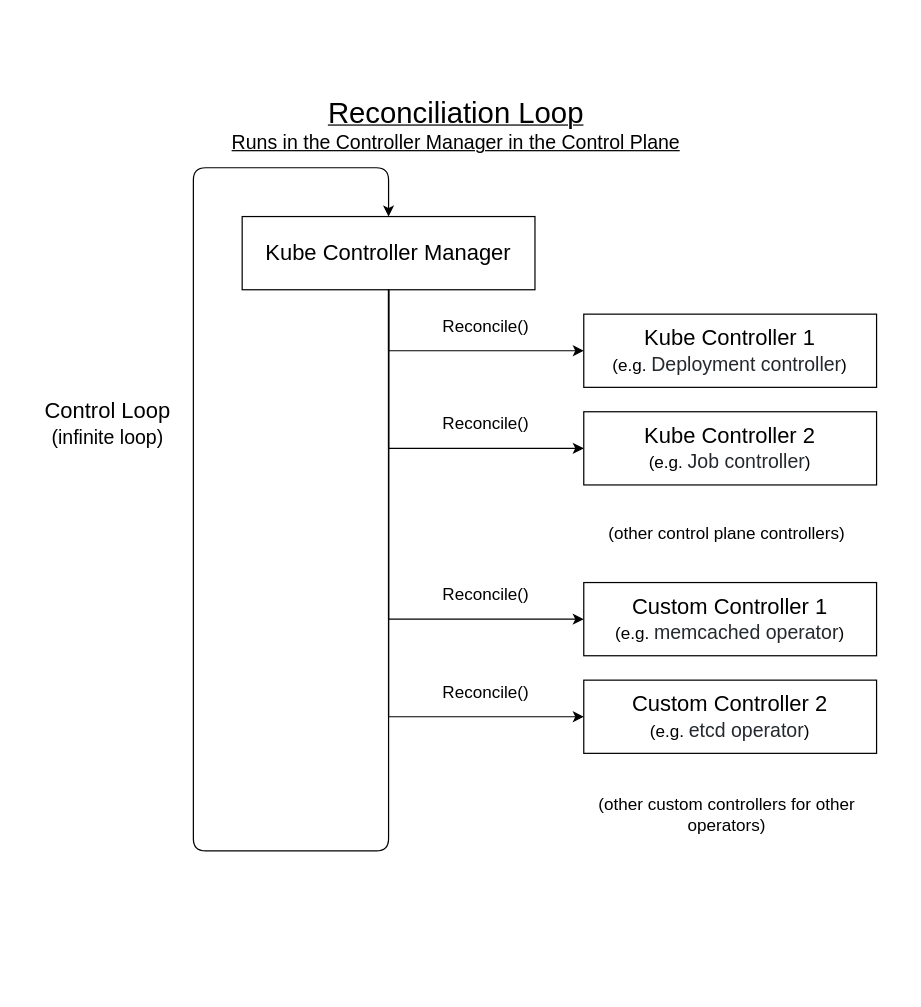
Before: images/operator-reconciliation.drawio in IBM/create-and-deploy-memcached-operator-using-go, a draw.io diagram. Source tidied: cells renumbered, new cells numbered last; positions are measured from the earlier drawing's top-left corner, leaving out a move shared by most shapes. Both pictures are drawn from the tidied source at 122%, with x=0, y=0 at pixel (34, 94).
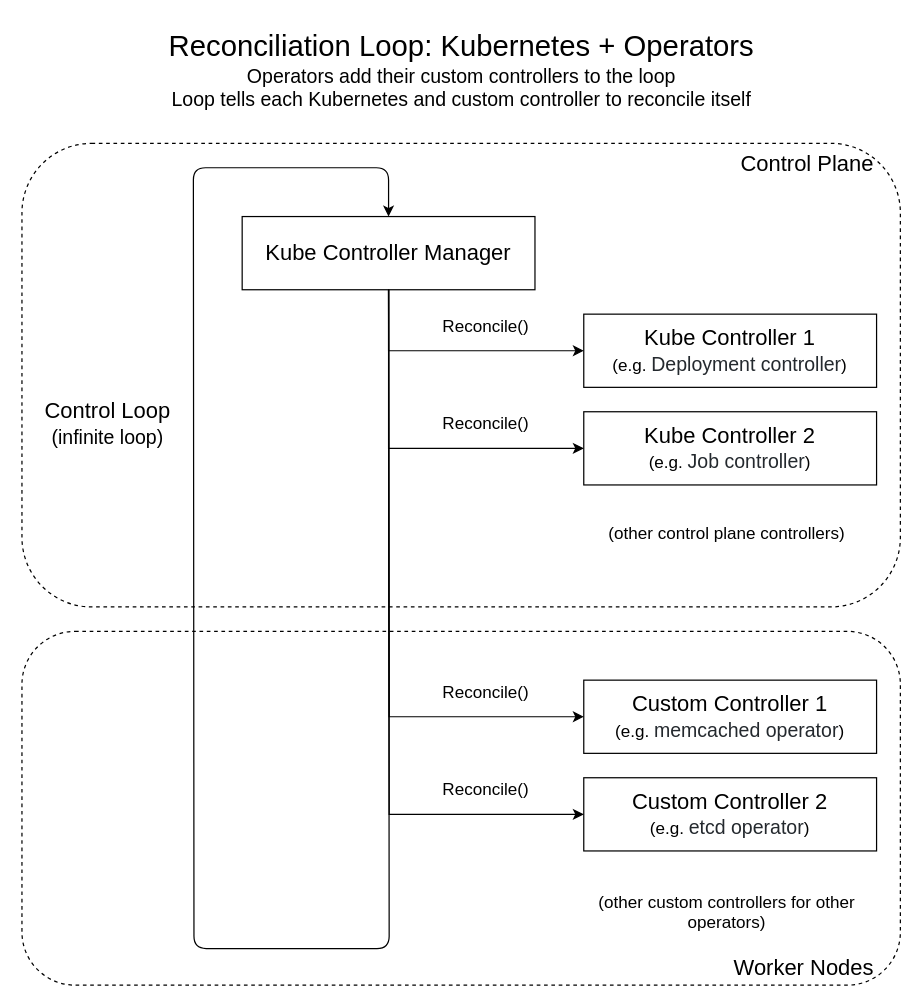
Above is the later version.

Commit message (it also covers changes not shown here):
TT-ISV-org/planning#226: New diagrams

Unchanged cells that the change refers to:
```xml
<mxCell id="2" value="&lt;font style=&quot;font-size: 18px&quot;&gt;Kube Controller Manager&lt;/font&gt;" style="rounded=0;whiteSpace=wrap;html=1;" parent="1" vertex="1">
  <mxGeometry x="170" y="100" width="240" height="60" as="geometry" />
</mxCell>
```

Change to the diagram source:
```diff
@@
+    <mxCell id="20" value="&lt;font style=&quot;font-size: 18px&quot;&gt;Worker Nodes&amp;nbsp; &amp;nbsp;&amp;nbsp;&lt;/font&gt;" style="rounded=1;whiteSpace=wrap;html=1;fillColor=none;dashed=1;verticalAlign=bottom;align=right;" parent="1" vertex="1">
+      <mxGeometry x="-10.5" y="440" width="720" height="290" as="geometry" />
+    </mxCell>
+    <mxCell id="21" value="&lt;font style=&quot;font-size: 18px&quot;&gt;Control Plane&amp;nbsp; &amp;nbsp;&amp;nbsp;&lt;/font&gt;" style="rounded=1;whiteSpace=wrap;html=1;fillColor=none;dashed=1;verticalAlign=top;align=right;" parent="1" vertex="1">
+      <mxGeometry x="-10.5" y="40" width="720" height="380" as="geometry" />
+    </mxCell>
@@
     <mxCell id="5" value="&lt;font&gt;&lt;span style=&quot;font-size: 18px&quot;&gt;Custom Controller 1&lt;/span&gt;&lt;br&gt;&lt;font style=&quot;font-size: 14px&quot;&gt;(e.g. &lt;/font&gt;&lt;font&gt;&lt;font color=&quot;#24292e&quot;&gt;&lt;span style=&quot;font-size: 16px ; background-color: rgb(255 , 255 , 255)&quot;&gt;memcached operator&lt;/span&gt;&lt;/font&gt;&lt;span style=&quot;font-size: 14px&quot;&gt;)&lt;/span&gt;&lt;/font&gt;&lt;br&gt;&lt;/font&gt;" style="rounded=0;whiteSpace=wrap;html=1;" parent="1" vertex="1">
-      <mxGeometry x="450" y="400" width="240" height="60" as="geometry" />
+      <mxGeometry x="450" y="480" width="240" height="60" as="geometry" />
     </mxCell>
     <mxCell id="6" value="&lt;font&gt;&lt;span style=&quot;font-size: 18px&quot;&gt;Custom Controller 2&lt;/span&gt;&lt;br&gt;&lt;font style=&quot;font-size: 14px&quot;&gt;(e.g. &lt;/font&gt;&lt;font&gt;&lt;font color=&quot;#24292e&quot;&gt;&lt;span style=&quot;font-size: 16px ; background-color: rgb(255 , 255 , 255)&quot;&gt;etcd operator&lt;/span&gt;&lt;/font&gt;&lt;span style=&quot;font-size: 14px&quot;&gt;)&lt;/span&gt;&lt;/font&gt;&lt;br&gt;&lt;/font&gt;" style="rounded=0;whiteSpace=wrap;html=1;" parent="1" vertex="1">
-      <mxGeometry x="450" y="480" width="240" height="60" as="geometry" />
+      <mxGeometry x="450" y="560" width="240" height="60" as="geometry" />
     </mxCell>
@@
     <mxCell id="9" style="endArrow=classic;html=1;strokeWidth=1;exitX=0.5;exitY=1;exitDx=0;exitDy=0;entryX=0;entryY=0.5;entryDx=0;entryDy=0;rounded=0;" parent="1" edge="1" source="2" target="5">
       <mxGeometry relative="1" as="geometry">
         <Array as="points">
-          <mxPoint x="290" y="430" />
+          <mxPoint x="290.5" y="510" />
         </Array>
       </mxGeometry>
     </mxCell>
     <mxCell id="10" style="endArrow=classic;html=1;strokeWidth=1;exitX=0.5;exitY=1;exitDx=0;exitDy=0;entryX=0;entryY=0.5;entryDx=0;entryDy=0;rounded=0;" parent="1" edge="1" source="2" target="6">
       <mxGeometry relative="1" as="geometry">
         <Array as="points">
-          <mxPoint x="290" y="510" />
+          <mxPoint x="290.5" y="590" />
         </Array>
       </mxGeometry>
     </mxCell>
@@
     <mxCell id="12" value="&lt;font style=&quot;font-size: 14px&quot;&gt;(other custom controllers for other operators)&lt;/font&gt;" style="text;html=1;strokeColor=none;fillColor=none;align=center;verticalAlign=middle;whiteSpace=wrap;rounded=0;dashed=1;" parent="1" vertex="1">
-      <mxGeometry x="450" y="570" width="235" height="40" as="geometry" />
+      <mxGeometry x="450" y="650" width="235" height="40" as="geometry" />
     </mxCell>
@@
     <mxCell id="15" value="&lt;font style=&quot;font-size: 14px&quot;&gt;Reconcile()&lt;/font&gt;" style="text;html=1;strokeColor=none;fillColor=none;align=center;verticalAlign=middle;whiteSpace=wrap;rounded=0;dashed=1;" parent="1" vertex="1">
-      <mxGeometry x="300" y="400" width="140" height="20" as="geometry" />
+      <mxGeometry x="300" y="480" width="140" height="20" as="geometry" />
     </mxCell>
     <mxCell id="16" value="&lt;font style=&quot;font-size: 14px&quot;&gt;Reconcile()&lt;/font&gt;" style="text;html=1;strokeColor=none;fillColor=none;align=center;verticalAlign=middle;whiteSpace=wrap;rounded=0;dashed=1;" parent="1" vertex="1">
-      <mxGeometry x="300" y="480" width="140" height="20" as="geometry" />
+      <mxGeometry x="300" y="560" width="140" height="20" as="geometry" />
     </mxCell>
     <mxCell id="17" style="endArrow=classic;html=1;strokeWidth=1;exitX=0.5;exitY=1;exitDx=0;exitDy=0;entryX=0.5;entryY=0;entryDx=0;entryDy=0;rounded=1;" parent="1" edge="1" source="2" target="2">
       <mxGeometry relative="1" as="geometry">
         <Array as="points">
-          <mxPoint x="290" y="620" />
-          <mxPoint x="130" y="620" />
+          <mxPoint x="290.5" y="700" />
+          <mxPoint x="130.5" y="700" />
           <mxPoint x="130" y="60" />
           <mxPoint x="290" y="60" />
         </Array>
       </mxGeometry>
     </mxCell>
@@
-    <mxCell id="19" value="&lt;font&gt;&lt;u&gt;&lt;span style=&quot;font-size: 24px&quot;&gt;Reconciliation Loop&lt;/span&gt;&lt;br&gt;&lt;font size=&quot;3&quot;&gt;Runs in the Controller Manager in the Control Plane&lt;/font&gt;&lt;br&gt;&lt;/u&gt;&lt;/font&gt;" style="text;html=1;strokeColor=none;fillColor=none;align=center;verticalAlign=middle;whiteSpace=wrap;rounded=0;" parent="1" vertex="1">
-      <mxGeometry x="152" width="387" height="50" as="geometry" />
+    <mxCell id="19" value="&lt;font&gt;&lt;span style=&quot;font-size: 24px&quot;&gt;Reconciliation Loop: Kubernetes + Operators&lt;/span&gt;&lt;br&gt;&lt;font size=&quot;3&quot;&gt;Operators add their custom controllers to the loop&lt;br&gt;&lt;/font&gt;&lt;font style=&quot;font-size: 16px&quot;&gt;Loop tells each Kubernetes and custom controller to reconcile itself&lt;/font&gt;&lt;u&gt;&lt;br&gt;&lt;/u&gt;&lt;/font&gt;" style="text;html=1;strokeColor=none;fillColor=none;align=center;verticalAlign=middle;whiteSpace=wrap;rounded=0;" parent="1" vertex="1">
+      <mxGeometry x="90.5" y="-60" width="518" height="80" as="geometry" />
     </mxCell>
```
